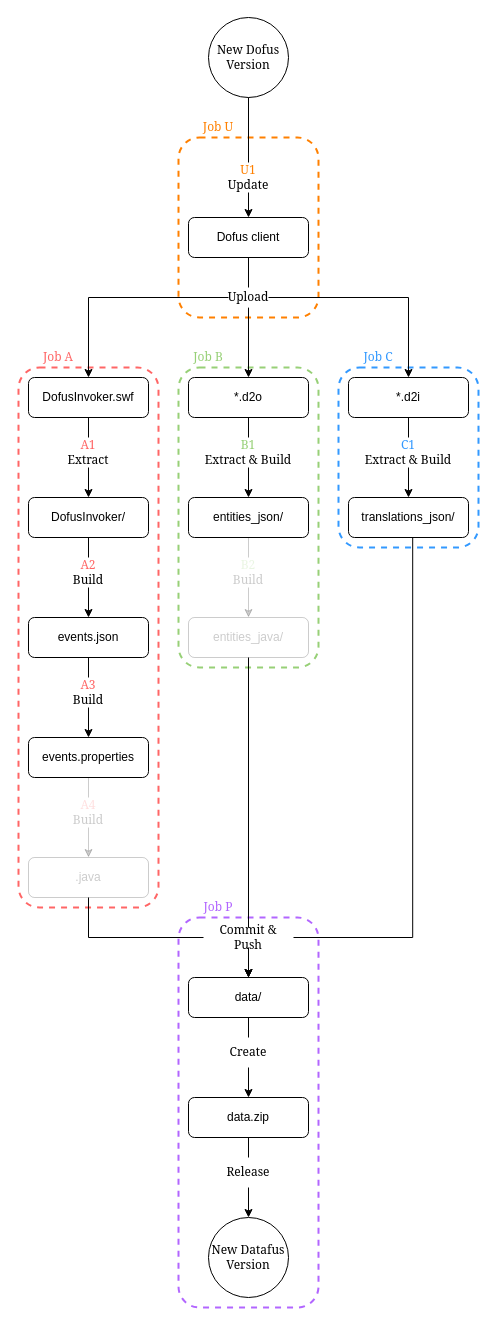
Earlier version of the draw.io diagram images/Flows.drawio (bot4dofus/Datafus). Source tidied: cells renumbered, new cells numbered last; positions are measured from the earlier drawing's top-left corner, leaving out a move shared by most shapes. Both pictures are drawn from the tidied source at 100%, with x=0, y=0 at pixel (18, 17).
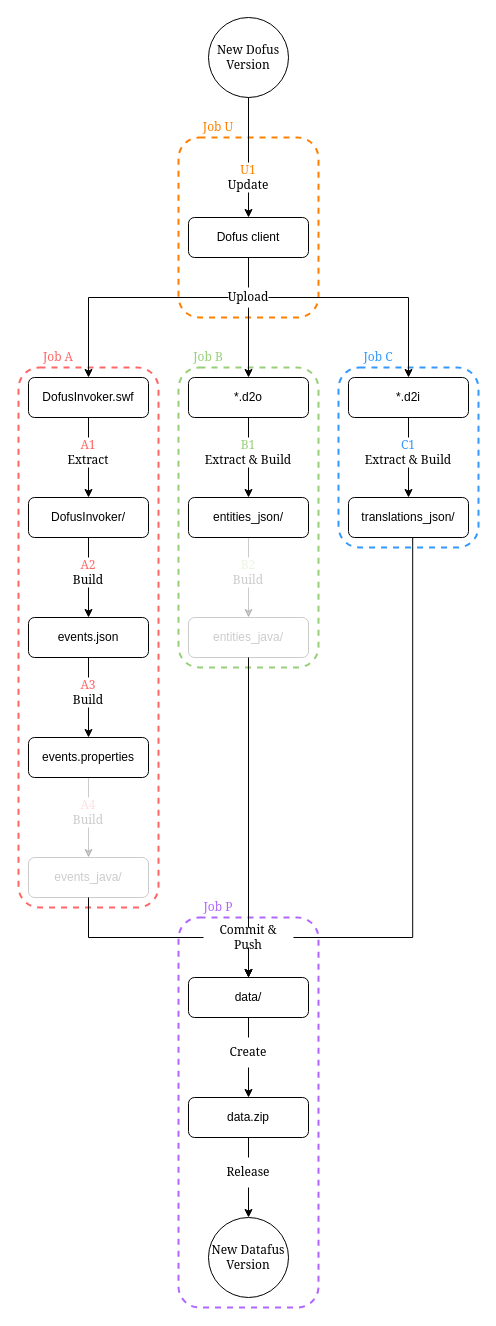
Above is the later version.

What changed in the source:
```diff
@@
-    <mxCell id="35" value=".java" style="rounded=1;whiteSpace=wrap;html=1;fontFamily=Helvetica;opacity=20;textOpacity=20;" parent="1" vertex="1">
+    <mxCell id="35" value="events_java/" style="rounded=1;whiteSpace=wrap;html=1;fontFamily=Helvetica;opacity=20;textOpacity=20;" parent="1" vertex="1">
       <mxGeometry x="10" y="840" width="120" height="40" as="geometry" />
     </mxCell>
```
